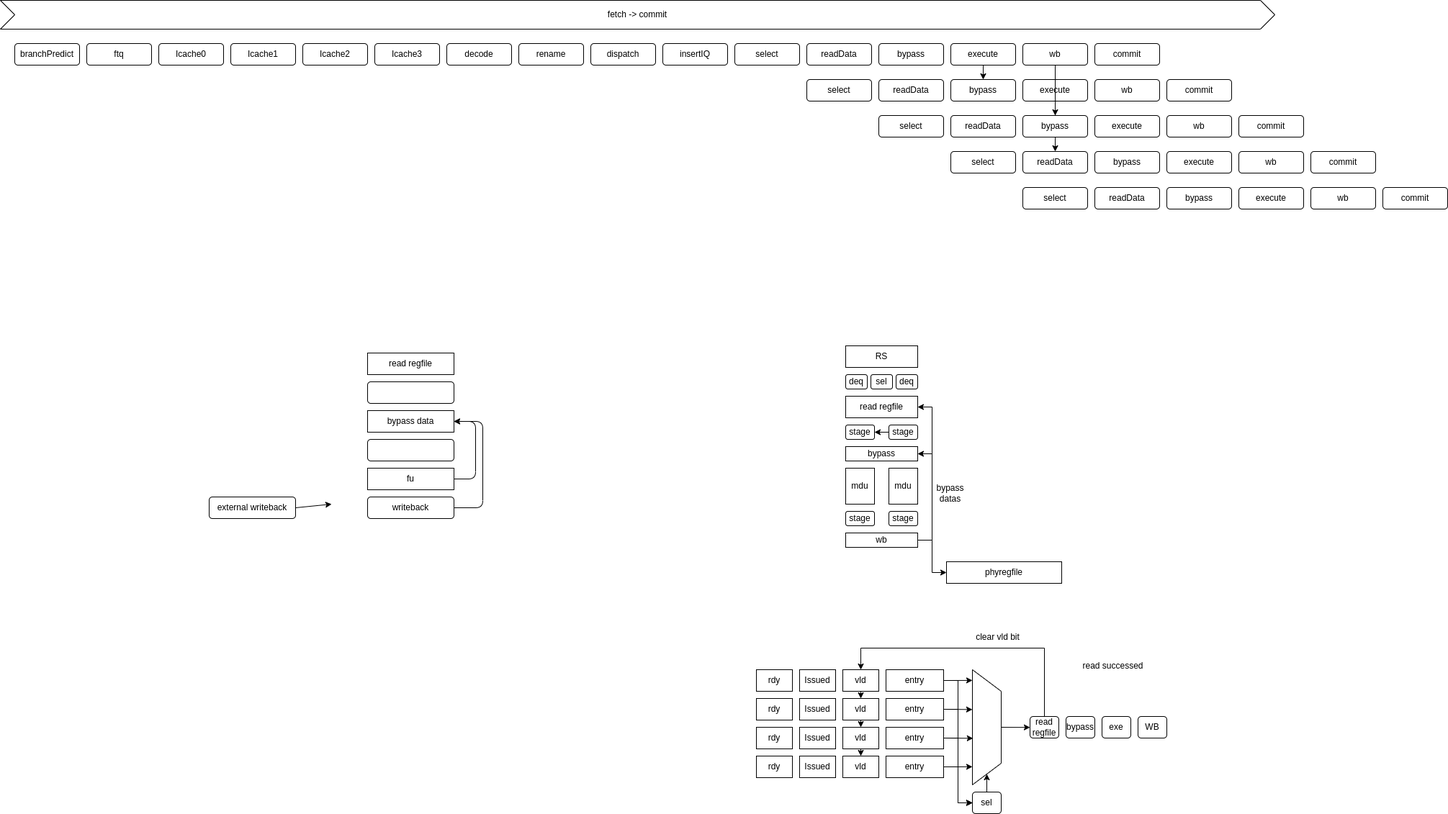
The draw.io diagram doc/pipeline.drawio.png in tastynoob/aura-core, before a commit. Source tidied: cells renumbered, new cells last; positions are measured from the earlier drawing's top-left corner, leaving out a move shared by most shapes.
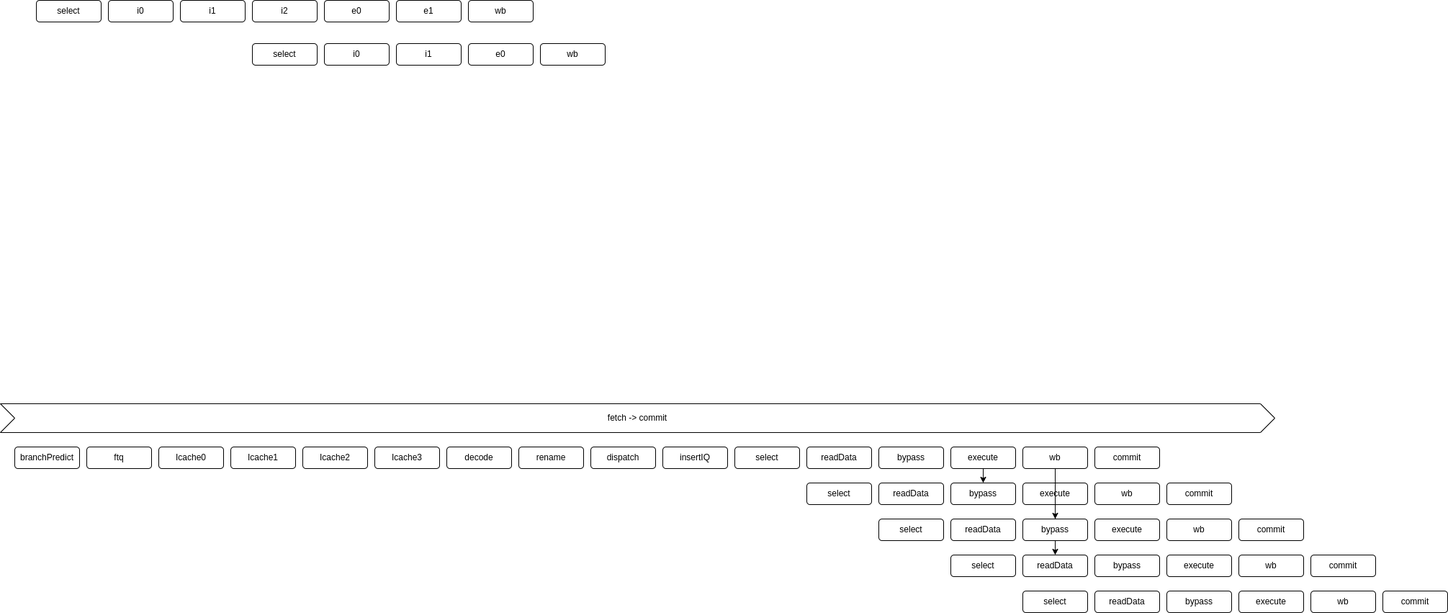
Later version of the same file.

Diff of the diagram source:
```diff
@@ -2,219 +2,6 @@
   <root>
     <mxCell id="0" />
     <mxCell id="1" parent="0" />
-    <mxCell id="2" value="mdu" style="rounded=0;whiteSpace=wrap;html=1;" parent="1" vertex="1">
-      <mxGeometry x="1174" y="650" width="40" height="50" as="geometry" />
-    </mxCell>
-    <mxCell id="3" value="stage" style="rounded=1;whiteSpace=wrap;html=1;" parent="1" vertex="1">
-      <mxGeometry x="1174" y="590" width="40" height="20" as="geometry" />
-    </mxCell>
-    <mxCell id="4" value="stage" style="rounded=1;whiteSpace=wrap;html=1;" parent="1" vertex="1">
-      <mxGeometry x="1174" y="710" width="40" height="20" as="geometry" />
-    </mxCell>
-    <mxCell id="5" value="bypass" style="rounded=0;whiteSpace=wrap;html=1;" parent="1" vertex="1">
-      <mxGeometry x="1174" y="620" width="100" height="20" as="geometry" />
-    </mxCell>
-    <mxCell id="6" value="mdu" style="rounded=0;whiteSpace=wrap;html=1;" parent="1" vertex="1">
-      <mxGeometry x="1234" y="650" width="40" height="50" as="geometry" />
-    </mxCell>
-    <mxCell id="7" style="edgeStyle=none;rounded=0;html=1;entryX=1;entryY=0.5;entryDx=0;entryDy=0;" parent="1" edge="1" source="8" target="3">
-      <mxGeometry relative="1" as="geometry" />
-    </mxCell>
-    <mxCell id="8" value="stage" style="rounded=1;whiteSpace=wrap;html=1;" parent="1" vertex="1">
-      <mxGeometry x="1234" y="590" width="40" height="20" as="geometry" />
-    </mxCell>
-    <mxCell id="9" value="stage" style="rounded=1;whiteSpace=wrap;html=1;" parent="1" vertex="1">
-      <mxGeometry x="1234" y="710" width="40" height="20" as="geometry" />
-    </mxCell>
-    <mxCell id="10" style="edgeStyle=none;html=1;exitX=1;exitY=0.5;exitDx=0;exitDy=0;entryX=1;entryY=0.5;entryDx=0;entryDy=0;rounded=0;" parent="1" edge="1" source="13" target="5">
-      <mxGeometry relative="1" as="geometry">
-        <Array as="points">
-          <mxPoint x="1294" y="750" />
-          <mxPoint x="1294" y="630" />
-        </Array>
-      </mxGeometry>
-    </mxCell>
-    <mxCell id="11" style="edgeStyle=none;rounded=0;html=1;exitX=1;exitY=0.5;exitDx=0;exitDy=0;entryX=1;entryY=0.5;entryDx=0;entryDy=0;" parent="1" edge="1" source="13" target="14">
-      <mxGeometry relative="1" as="geometry">
-        <Array as="points">
-          <mxPoint x="1294" y="750" />
-          <mxPoint x="1294" y="565" />
-        </Array>
-      </mxGeometry>
-    </mxCell>
-    <mxCell id="12" style="edgeStyle=none;rounded=0;html=1;entryX=0;entryY=0.5;entryDx=0;entryDy=0;exitX=1;exitY=0.5;exitDx=0;exitDy=0;" parent="1" edge="1" source="13" target="16">
-      <mxGeometry relative="1" as="geometry">
-        <Array as="points">
-          <mxPoint x="1294" y="750" />
-          <mxPoint x="1294" y="795" />
-        </Array>
-      </mxGeometry>
-    </mxCell>
-    <mxCell id="13" value="wb" style="rounded=0;whiteSpace=wrap;html=1;" parent="1" vertex="1">
-      <mxGeometry x="1174" y="740" width="100" height="20" as="geometry" />
-    </mxCell>
-    <mxCell id="14" value="read regfile" style="rounded=0;whiteSpace=wrap;html=1;" parent="1" vertex="1">
-      <mxGeometry x="1174" y="550" width="100" height="30" as="geometry" />
-    </mxCell>
-    <mxCell id="15" value="bypass&lt;br&gt;datas" style="text;html=1;align=center;verticalAlign=middle;strokeColor=none;fillColor=none;" parent="1" vertex="1">
-      <mxGeometry x="1289" y="665" width="60" height="40" as="geometry" />
-    </mxCell>
-    <mxCell id="16" value="phyregfile" style="rounded=0;whiteSpace=wrap;html=1;" parent="1" vertex="1">
-      <mxGeometry x="1314" y="780" width="160" height="30" as="geometry" />
-    </mxCell>
-    <mxCell id="17" value="deq" style="rounded=1;whiteSpace=wrap;html=1;" parent="1" vertex="1">
-      <mxGeometry x="1174" y="520" width="30" height="20" as="geometry" />
-    </mxCell>
-    <mxCell id="18" value="deq" style="rounded=1;whiteSpace=wrap;html=1;" parent="1" vertex="1">
-      <mxGeometry x="1244" y="520" width="30" height="20" as="geometry" />
-    </mxCell>
-    <mxCell id="19" value="RS" style="rounded=0;whiteSpace=wrap;html=1;" parent="1" vertex="1">
-      <mxGeometry x="1174" y="480" width="100" height="30" as="geometry" />
-    </mxCell>
-    <mxCell id="20" value="sel" style="rounded=1;whiteSpace=wrap;html=1;" parent="1" vertex="1">
-      <mxGeometry x="1209" y="520" width="30" height="20" as="geometry" />
-    </mxCell>
-    <mxCell id="21" style="edgeStyle=none;html=1;exitX=1;exitY=0.5;exitDx=0;exitDy=0;entryX=0;entryY=0.5;entryDx=0;entryDy=0;rounded=0;" parent="1" edge="1" source="23" target="36">
-      <mxGeometry relative="1" as="geometry">
-        <Array as="points">
-          <mxPoint x="1330" y="945" />
-          <mxPoint x="1330" y="1115" />
-        </Array>
-      </mxGeometry>
-    </mxCell>
-    <mxCell id="22" style="edgeStyle=none;rounded=0;html=1;exitX=1;exitY=0.5;exitDx=0;exitDy=0;entryX=0.093;entryY=1;entryDx=0;entryDy=0;entryPerimeter=0;" parent="1" edge="1" source="23" target="34">
-      <mxGeometry relative="1" as="geometry" />
-    </mxCell>
-    <mxCell id="23" value="entry" style="rounded=0;whiteSpace=wrap;html=1;" parent="1" vertex="1">
-      <mxGeometry x="1230" y="930" width="80" height="30" as="geometry" />
-    </mxCell>
-    <mxCell id="24" style="edgeStyle=none;rounded=0;html=1;exitX=1;exitY=0.5;exitDx=0;exitDy=0;entryX=0;entryY=0.5;entryDx=0;entryDy=0;" parent="1" edge="1" source="26" target="36">
-      <mxGeometry relative="1" as="geometry">
-        <Array as="points">
-          <mxPoint x="1330" y="985" />
-          <mxPoint x="1330" y="1115" />
-        </Array>
-      </mxGeometry>
-    </mxCell>
-    <mxCell id="25" style="edgeStyle=none;rounded=0;html=1;exitX=1;exitY=0.5;exitDx=0;exitDy=0;entryX=0.346;entryY=1.002;entryDx=0;entryDy=0;entryPerimeter=0;" parent="1" edge="1" source="26" target="34">
-      <mxGeometry relative="1" as="geometry" />
-    </mxCell>
-    <mxCell id="26" value="entry" style="rounded=0;whiteSpace=wrap;html=1;" parent="1" vertex="1">
-      <mxGeometry x="1230" y="970" width="80" height="30" as="geometry" />
-    </mxCell>
-    <mxCell id="27" style="edgeStyle=none;rounded=0;html=1;exitX=1;exitY=0.5;exitDx=0;exitDy=0;entryX=0;entryY=0.5;entryDx=0;entryDy=0;" parent="1" edge="1" source="29" target="36">
-      <mxGeometry relative="1" as="geometry">
-        <Array as="points">
-          <mxPoint x="1330" y="1025" />
-          <mxPoint x="1330" y="1115" />
-        </Array>
-      </mxGeometry>
-    </mxCell>
-    <mxCell id="28" style="edgeStyle=none;rounded=0;html=1;exitX=1;exitY=0.5;exitDx=0;exitDy=0;entryX=0.596;entryY=0.979;entryDx=0;entryDy=0;entryPerimeter=0;" parent="1" edge="1" source="29" target="34">
-      <mxGeometry relative="1" as="geometry" />
-    </mxCell>
-    <mxCell id="29" value="entry" style="rounded=0;whiteSpace=wrap;html=1;" parent="1" vertex="1">
-      <mxGeometry x="1230" y="1010" width="80" height="30" as="geometry" />
-    </mxCell>
-    <mxCell id="30" style="edgeStyle=none;rounded=0;html=1;exitX=1;exitY=0.5;exitDx=0;exitDy=0;entryX=0;entryY=0.5;entryDx=0;entryDy=0;" parent="1" edge="1" source="32" target="36">
-      <mxGeometry relative="1" as="geometry">
-        <Array as="points">
-          <mxPoint x="1330" y="1065" />
-          <mxPoint x="1330" y="1115" />
-        </Array>
-      </mxGeometry>
-    </mxCell>
-    <mxCell id="31" style="edgeStyle=none;rounded=0;html=1;exitX=1;exitY=0.5;exitDx=0;exitDy=0;entryX=0.843;entryY=1;entryDx=0;entryDy=0;entryPerimeter=0;" parent="1" edge="1" source="32" target="34">
-      <mxGeometry relative="1" as="geometry" />
-    </mxCell>
-    <mxCell id="32" value="entry" style="rounded=0;whiteSpace=wrap;html=1;" parent="1" vertex="1">
-      <mxGeometry x="1230" y="1050" width="80" height="30" as="geometry" />
-    </mxCell>
-    <mxCell id="33" style="edgeStyle=none;rounded=0;html=1;exitX=0.5;exitY=0;exitDx=0;exitDy=0;" parent="1" edge="1" source="34">
-      <mxGeometry relative="1" as="geometry">
-        <mxPoint x="1430" y="1010.2" as="targetPoint" />
-      </mxGeometry>
-    </mxCell>
-    <mxCell id="34" style="shape=trapezoid;perimeter=trapezoidPerimeter;whiteSpace=wrap;html=1;fixedSize=1;rotation=90;size=29.999999999999886;" parent="1" vertex="1">
-      <mxGeometry x="1290" y="990" width="160" height="40" as="geometry" />
-    </mxCell>
-    <mxCell id="35" style="edgeStyle=none;html=1;exitX=0.5;exitY=0;exitDx=0;exitDy=0;entryX=1;entryY=0.5;entryDx=0;entryDy=0;" parent="1" edge="1" source="36" target="34">
-      <mxGeometry relative="1" as="geometry" />
-    </mxCell>
-    <mxCell id="36" value="sel" style="rounded=1;whiteSpace=wrap;html=1;" parent="1" vertex="1">
-      <mxGeometry x="1350" y="1100" width="40" height="30" as="geometry" />
-    </mxCell>
-    <mxCell id="37" style="edgeStyle=none;html=1;exitX=0.5;exitY=0;exitDx=0;exitDy=0;entryX=0.5;entryY=0;entryDx=0;entryDy=0;rounded=0;" parent="1" edge="1" source="38" target="50">
-      <mxGeometry relative="1" as="geometry">
-        <Array as="points">
-          <mxPoint x="1450" y="900" />
-          <mxPoint x="1195" y="900" />
-        </Array>
-      </mxGeometry>
-    </mxCell>
-    <mxCell id="38" value="read&lt;br&gt;regfile" style="rounded=1;whiteSpace=wrap;html=1;" parent="1" vertex="1">
-      <mxGeometry x="1430" y="995" width="40" height="30" as="geometry" />
-    </mxCell>
-    <mxCell id="39" value="exe" style="rounded=1;whiteSpace=wrap;html=1;" parent="1" vertex="1">
-      <mxGeometry x="1530" y="995" width="40" height="30" as="geometry" />
-    </mxCell>
-    <mxCell id="40" value="WB" style="rounded=1;whiteSpace=wrap;html=1;" parent="1" vertex="1">
-      <mxGeometry x="1580" y="995" width="40" height="30" as="geometry" />
-    </mxCell>
-    <mxCell id="41" value="Issued" style="rounded=0;whiteSpace=wrap;html=1;" parent="1" vertex="1">
-      <mxGeometry x="1110" y="930" width="50" height="30" as="geometry" />
-    </mxCell>
-    <mxCell id="42" value="Issued" style="rounded=0;whiteSpace=wrap;html=1;" parent="1" vertex="1">
-      <mxGeometry x="1110" y="970" width="50" height="30" as="geometry" />
-    </mxCell>
-    <mxCell id="43" value="Issued" style="rounded=0;whiteSpace=wrap;html=1;" parent="1" vertex="1">
-      <mxGeometry x="1110" y="1010" width="50" height="30" as="geometry" />
-    </mxCell>
-    <mxCell id="44" value="Issued" style="rounded=0;whiteSpace=wrap;html=1;" parent="1" vertex="1">
-      <mxGeometry x="1110" y="1050" width="50" height="30" as="geometry" />
-    </mxCell>
-    <mxCell id="45" value="rdy" style="rounded=0;whiteSpace=wrap;html=1;" parent="1" vertex="1">
-      <mxGeometry x="1050" y="930" width="50" height="30" as="geometry" />
-    </mxCell>
-    <mxCell id="46" value="rdy" style="rounded=0;whiteSpace=wrap;html=1;" parent="1" vertex="1">
-      <mxGeometry x="1050" y="970" width="50" height="30" as="geometry" />
-    </mxCell>
-    <mxCell id="47" value="rdy" style="rounded=0;whiteSpace=wrap;html=1;" parent="1" vertex="1">
-      <mxGeometry x="1050" y="1010" width="50" height="30" as="geometry" />
-    </mxCell>
-    <mxCell id="48" value="rdy" style="rounded=0;whiteSpace=wrap;html=1;" parent="1" vertex="1">
-      <mxGeometry x="1050" y="1050" width="50" height="30" as="geometry" />
-    </mxCell>
-    <mxCell id="49" style="edgeStyle=none;rounded=0;html=1;exitX=0.5;exitY=1;exitDx=0;exitDy=0;entryX=0.5;entryY=0;entryDx=0;entryDy=0;" parent="1" edge="1" source="50" target="52">
-      <mxGeometry relative="1" as="geometry" />
-    </mxCell>
-    <mxCell id="50" value="vld" style="rounded=0;whiteSpace=wrap;html=1;" parent="1" vertex="1">
-      <mxGeometry x="1170" y="930" width="50" height="30" as="geometry" />
-    </mxCell>
-    <mxCell id="51" style="edgeStyle=none;rounded=0;html=1;entryX=0.5;entryY=0;entryDx=0;entryDy=0;" parent="1" edge="1" source="52" target="54">
-      <mxGeometry relative="1" as="geometry" />
-    </mxCell>
-    <mxCell id="52" value="vld" style="rounded=0;whiteSpace=wrap;html=1;" parent="1" vertex="1">
-      <mxGeometry x="1170" y="970" width="50" height="30" as="geometry" />
-    </mxCell>
-    <mxCell id="53" style="edgeStyle=none;rounded=0;html=1;entryX=0.5;entryY=0;entryDx=0;entryDy=0;" parent="1" edge="1" source="54" target="55">
-      <mxGeometry relative="1" as="geometry" />
-    </mxCell>
-    <mxCell id="54" value="vld" style="rounded=0;whiteSpace=wrap;html=1;" parent="1" vertex="1">
-      <mxGeometry x="1170" y="1010" width="50" height="30" as="geometry" />
-    </mxCell>
-    <mxCell id="55" value="vld" style="rounded=0;whiteSpace=wrap;html=1;" parent="1" vertex="1">
-      <mxGeometry x="1170" y="1050" width="50" height="30" as="geometry" />
-    </mxCell>
-    <mxCell id="56" value="clear vld bit" style="text;html=1;align=center;verticalAlign=middle;strokeColor=none;fillColor=none;" parent="1" vertex="1">
-      <mxGeometry x="1345" y="870" width="80" height="30" as="geometry" />
-    </mxCell>
-    <mxCell id="57" value="read successed" style="text;html=1;align=center;verticalAlign=middle;strokeColor=none;fillColor=none;" parent="1" vertex="1">
-      <mxGeometry x="1490" y="910" width="110" height="30" as="geometry" />
-    </mxCell>
-    <mxCell id="58" value="bypass" style="rounded=1;whiteSpace=wrap;html=1;" parent="1" vertex="1">
-      <mxGeometry x="1480" y="995" width="40" height="30" as="geometry" />
-    </mxCell>
     <mxCell id="59" value="fetch -&amp;gt; commit" style="shape=step;perimeter=stepPerimeter;whiteSpace=wrap;html=1;fixedSize=1;" parent="1" vertex="1">
       <mxGeometry width="1770" height="40" as="geometry" />
     </mxCell>
@@ -344,50 +131,44 @@
     <mxCell id="101" value="Icache3" style="rounded=1;whiteSpace=wrap;html=1;" parent="1" vertex="1">
       <mxGeometry x="520" y="60" width="90" height="30" as="geometry" />
     </mxCell>
-    <mxCell id="102" style="edgeStyle=none;html=1;exitX=1;exitY=0.5;exitDx=0;exitDy=0;entryX=1;entryY=0.5;entryDx=0;entryDy=0;" parent="1" edge="1" source="103" target="105">
-      <mxGeometry relative="1" as="geometry">
-        <Array as="points">
-          <mxPoint x="660" y="665" />
-          <mxPoint x="660" y="585" />
-        </Array>
-      </mxGeometry>
-    </mxCell>
-    <mxCell id="103" value="fu" style="rounded=0;whiteSpace=wrap;html=1;" parent="1" vertex="1">
-      <mxGeometry x="510" y="650" width="120" height="30" as="geometry" />
-    </mxCell>
-    <mxCell id="104" style="rounded=1;whiteSpace=wrap;html=1;" parent="1" vertex="1">
-      <mxGeometry x="510" y="610" width="120" height="30" as="geometry" />
-    </mxCell>
-    <mxCell id="105" value="bypass data" style="rounded=0;whiteSpace=wrap;html=1;" parent="1" vertex="1">
-      <mxGeometry x="510" y="570" width="120" height="30" as="geometry" />
-    </mxCell>
-    <mxCell id="106" style="rounded=1;whiteSpace=wrap;html=1;" parent="1" vertex="1">
-      <mxGeometry x="510" y="530" width="120" height="30" as="geometry" />
-    </mxCell>
-    <mxCell id="107" value="read regfile" style="rounded=0;whiteSpace=wrap;html=1;" parent="1" vertex="1">
-      <mxGeometry x="510" y="490" width="120" height="30" as="geometry" />
-    </mxCell>
-    <mxCell id="108" style="edgeStyle=none;html=1;exitX=1;exitY=0.5;exitDx=0;exitDy=0;entryX=1;entryY=0.5;entryDx=0;entryDy=0;" parent="1" edge="1" source="109" target="105">
-      <mxGeometry relative="1" as="geometry">
-        <Array as="points">
-          <mxPoint x="670" y="705" />
-          <mxPoint x="670" y="585" />
-        </Array>
-      </mxGeometry>
-    </mxCell>
-    <mxCell id="109" value="writeback" style="rounded=1;whiteSpace=wrap;html=1;" parent="1" vertex="1">
-      <mxGeometry x="510" y="690" width="120" height="30" as="geometry" />
-    </mxCell>
-    <mxCell id="110" style="edgeStyle=none;html=1;exitX=1;exitY=0.5;exitDx=0;exitDy=0;" parent="1" edge="1" source="111">
-      <mxGeometry relative="1" as="geometry">
-        <mxPoint x="460" y="700" as="targetPoint" />
-      </mxGeometry>
-    </mxCell>
-    <mxCell id="111" value="external writeback" style="rounded=1;whiteSpace=wrap;html=1;" parent="1" vertex="1">
-      <mxGeometry x="290" y="690" width="120" height="30" as="geometry" />
-    </mxCell>
     <mxCell id="112" style="edgeStyle=none;html=1;exitX=0.5;exitY=1;exitDx=0;exitDy=0;entryX=0.5;entryY=0;entryDx=0;entryDy=0;" parent="1" edge="1" source="66" target="74">
       <mxGeometry relative="1" as="geometry" />
     </mxCell>
+    <mxCell id="113" value="select" style="rounded=1;whiteSpace=wrap;html=1;" parent="1" vertex="1">
+      <mxGeometry x="50" y="-560" width="90" height="30" as="geometry" />
+    </mxCell>
+    <mxCell id="114" value="i0" style="rounded=1;whiteSpace=wrap;html=1;" parent="1" vertex="1">
+      <mxGeometry x="150" y="-560" width="90" height="30" as="geometry" />
+    </mxCell>
+    <mxCell id="115" value="i1" style="rounded=1;whiteSpace=wrap;html=1;" parent="1" vertex="1">
+      <mxGeometry x="250" y="-560" width="90" height="30" as="geometry" />
+    </mxCell>
+    <mxCell id="116" value="e0" style="rounded=1;whiteSpace=wrap;html=1;" parent="1" vertex="1">
+      <mxGeometry x="450" y="-560" width="90" height="30" as="geometry" />
+    </mxCell>
+    <mxCell id="117" value="e1" style="rounded=1;whiteSpace=wrap;html=1;" parent="1" vertex="1">
+      <mxGeometry x="550" y="-560" width="90" height="30" as="geometry" />
+    </mxCell>
+    <mxCell id="118" value="wb" style="rounded=1;whiteSpace=wrap;html=1;" parent="1" vertex="1">
+      <mxGeometry x="650" y="-560" width="90" height="30" as="geometry" />
+    </mxCell>
+    <mxCell id="119" value="i1" style="rounded=1;whiteSpace=wrap;html=1;" parent="1" vertex="1">
+      <mxGeometry x="550" y="-500" width="90" height="30" as="geometry" />
+    </mxCell>
+    <mxCell id="120" value="i0" style="rounded=1;whiteSpace=wrap;html=1;" parent="1" vertex="1">
+      <mxGeometry x="450" y="-500" width="90" height="30" as="geometry" />
+    </mxCell>
+    <mxCell id="121" value="select" style="rounded=1;whiteSpace=wrap;html=1;" parent="1" vertex="1">
+      <mxGeometry x="350" y="-500" width="90" height="30" as="geometry" />
+    </mxCell>
+    <mxCell id="122" value="e0" style="rounded=1;whiteSpace=wrap;html=1;" parent="1" vertex="1">
+      <mxGeometry x="650" y="-500" width="90" height="30" as="geometry" />
+    </mxCell>
+    <mxCell id="123" value="wb" style="rounded=1;whiteSpace=wrap;html=1;" parent="1" vertex="1">
+      <mxGeometry x="750" y="-500" width="90" height="30" as="geometry" />
+    </mxCell>
+    <mxCell id="124" value="i2" style="rounded=1;whiteSpace=wrap;html=1;" parent="1" vertex="1">
+      <mxGeometry x="350" y="-560" width="90" height="30" as="geometry" />
+    </mxCell>
   </root>
 </mxGraphModel>
```
